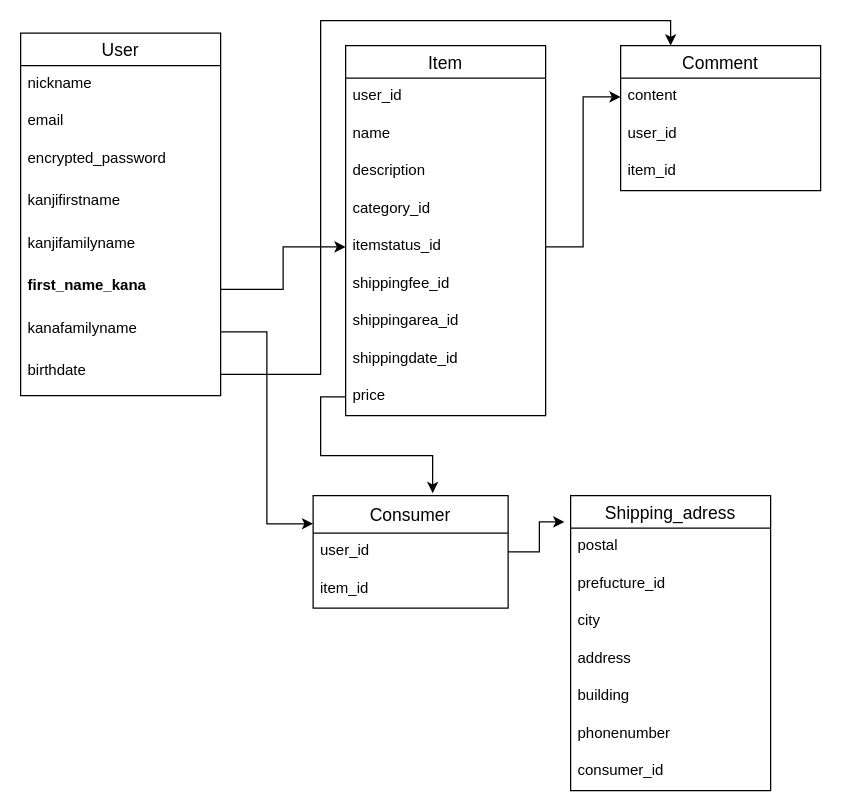
Above: test.dio in rokataku/furima-29084 (draw.io), before the change. Source tidied: cells renumbered, new cells numbered last; positions are measured from the earlier drawing's top-left corner, leaving out a move shared by most shapes. Both pictures are drawn from the tidied source at 125%, with x=0, y=0 at pixel (20, 20).
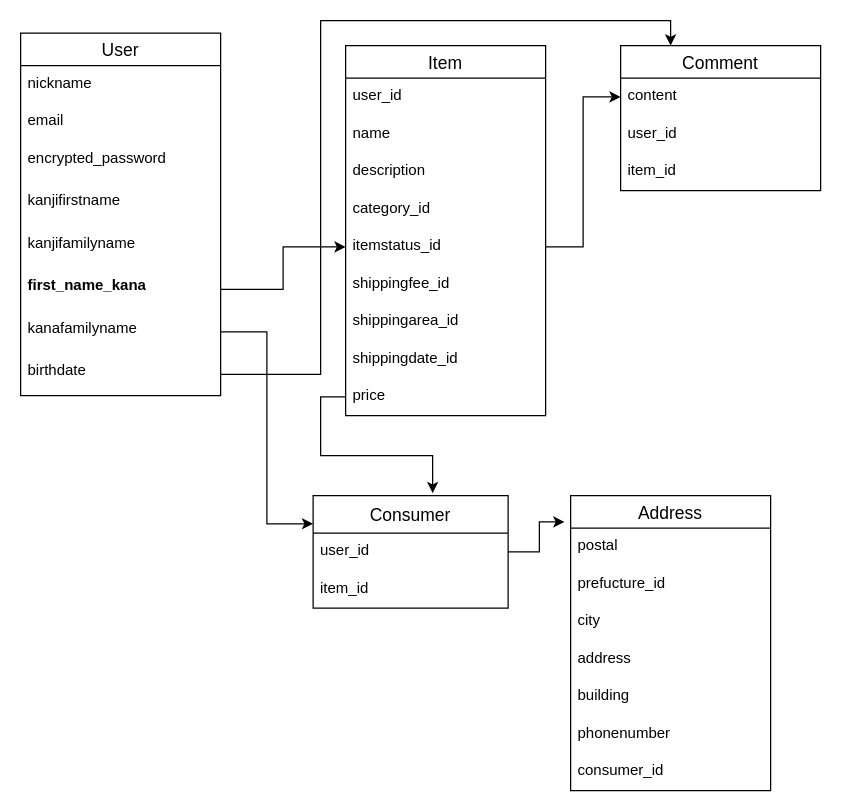
The same diagram, later.

What changed in the source:
```diff
@@
-    <mxCell id="32" value="Shipping_adress" style="swimlane;fontStyle=0;horizontal=1;startSize=26;align=center;fontSize=14;" parent="1" vertex="1">
+    <mxCell id="32" value="Address" style="swimlane;fontStyle=0;horizontal=1;startSize=26;align=center;fontSize=14;" parent="1" vertex="1">
       <mxGeometry x="440" y="380" width="160" height="236" as="geometry" />
     </mxCell>
```
